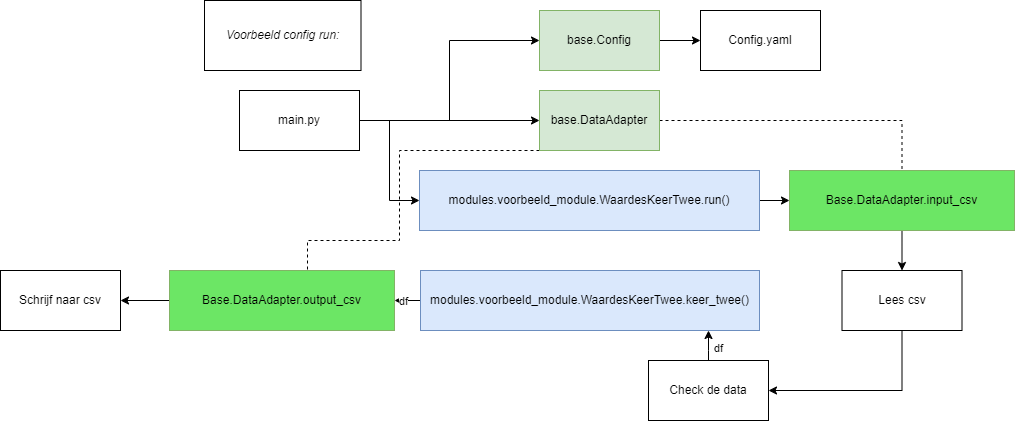
This is docs/assets/voorbeeld_config_csv.png from continu-inzicht/toolbox-continu-inzicht, a draw.io export, as it was before one commit. Source tidied: cells renumbered, new cells last; positions are measured from the earlier drawing's top-left corner, leaving out a move shared by most shapes.
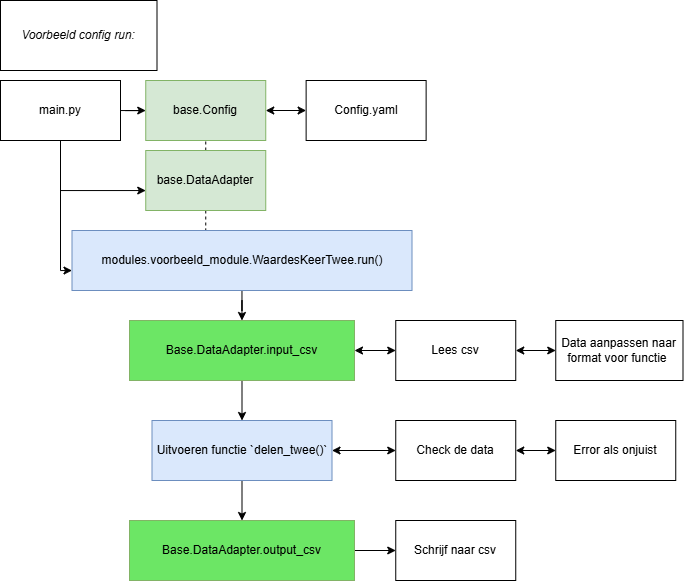
Later version of the same file.

The edit, as a diff of the source:
```diff
@@ -3,96 +3,101 @@
     <mxCell id="0" />
     <mxCell id="1" parent="0" />
     <mxCell id="2" value="&lt;i&gt;Voorbeeld config run:&lt;/i&gt;" style="rounded=0;whiteSpace=wrap;html=1;" parent="1" vertex="1">
-      <mxGeometry x="204" width="156.5" height="70" as="geometry" />
+      <mxGeometry x="2110" y="-20" width="156.5" height="70" as="geometry" />
     </mxCell>
-    <mxCell id="3" style="edgeStyle=orthogonalEdgeStyle;rounded=0;jettySize=auto;html=1;exitX=1;exitY=0.5;exitDx=0;exitDy=0;" parent="1" edge="1" source="4" target="14">
+    <mxCell id="3" style="edgeStyle=orthogonalEdgeStyle;rounded=0;jettySize=auto;html=1;exitX=1;exitY=0.5;exitDx=0;exitDy=0;startArrow=classic;startFill=1;" parent="1" edge="1" source="4" target="14">
       <mxGeometry relative="1" as="geometry" />
     </mxCell>
     <mxCell id="4" value="base.Config" style="rounded=0;whiteSpace=wrap;html=1;fillColor=#d5e8d4;strokeColor=#82b366;" parent="1" vertex="1">
-      <mxGeometry x="539" y="10" width="120" height="60" as="geometry" />
+      <mxGeometry x="2255.2" y="60" width="120" height="60" as="geometry" />
     </mxCell>
-    <mxCell id="5" style="edgeStyle=orthogonalEdgeStyle;rounded=0;jettySize=auto;html=1;exitX=1;exitY=0.5;exitDx=0;exitDy=0;entryX=0.5;entryY=0;entryDx=0;entryDy=0;dashed=1;endArrow=none;endFill=0;" parent="1" edge="1" source="7" target="16">
+    <mxCell id="5" style="edgeStyle=orthogonalEdgeStyle;rounded=0;jettySize=auto;html=1;exitX=0.5;exitY=0;exitDx=0;exitDy=0;entryX=0.5;entryY=1;entryDx=0;entryDy=0;endArrow=none;startFill=0;dashed=1;" parent="1" edge="1" source="7" target="4">
       <mxGeometry relative="1" as="geometry" />
     </mxCell>
-    <mxCell id="6" style="edgeStyle=orthogonalEdgeStyle;rounded=0;jettySize=auto;html=1;exitX=0.5;exitY=1;exitDx=0;exitDy=0;entryX=0.5;entryY=0;entryDx=0;entryDy=0;dashed=1;endArrow=none;endFill=0;" parent="1" edge="1" source="7" target="26">
+    <mxCell id="6" style="edgeStyle=orthogonalEdgeStyle;rounded=0;jettySize=auto;html=1;endArrow=none;startFill=0;dashed=1;" parent="1" edge="1" source="7" target="9">
       <mxGeometry relative="1" as="geometry">
         <Array as="points">
-          <mxPoint x="399" y="150" />
-          <mxPoint x="399" y="240" />
-          <mxPoint x="307" y="240" />
-          <mxPoint x="307" y="270" />
+          <mxPoint x="2315.2" y="220" />
+          <mxPoint x="2315.2" y="220" />
         </Array>
       </mxGeometry>
     </mxCell>
     <mxCell id="7" value="base.DataAdapter" style="rounded=0;whiteSpace=wrap;html=1;fillColor=#d5e8d4;strokeColor=#82b366;" parent="1" vertex="1">
-      <mxGeometry x="539" y="90" width="120" height="60" as="geometry" />
+      <mxGeometry x="2255.2" y="130" width="120" height="60" as="geometry" />
     </mxCell>
-    <mxCell id="8" style="edgeStyle=orthogonalEdgeStyle;rounded=0;jettySize=auto;html=1;exitX=1;exitY=0.5;exitDx=0;exitDy=0;entryX=0;entryY=0.5;entryDx=0;entryDy=0;" parent="1" edge="1" source="9" target="16">
+    <mxCell id="8" style="edgeStyle=orthogonalEdgeStyle;rounded=0;jettySize=auto;html=1;" parent="1" edge="1" source="9" target="17">
       <mxGeometry relative="1" as="geometry" />
     </mxCell>
     <mxCell id="9" value="&lt;div&gt;modules.voorbeeld_module.WaardesKeerTwee.run()&lt;/div&gt;" style="rounded=0;whiteSpace=wrap;html=1;fillColor=#dae8fc;strokeColor=#6c8ebf;" parent="1" vertex="1">
-      <mxGeometry x="419" y="170" width="340" height="60" as="geometry" />
+      <mxGeometry x="2181.5" y="210" width="340" height="60" as="geometry" />
     </mxCell>
-    <mxCell id="10" style="edgeStyle=orthogonalEdgeStyle;rounded=0;jettySize=auto;html=1;exitX=1;exitY=0.5;exitDx=0;exitDy=0;entryX=0;entryY=0.5;entryDx=0;entryDy=0;" parent="1" edge="1" source="13" target="7">
+    <mxCell id="10" style="edgeStyle=orthogonalEdgeStyle;rounded=0;jettySize=auto;html=1;" parent="1" edge="1" source="13" target="4">
       <mxGeometry relative="1" as="geometry" />
     </mxCell>
-    <mxCell id="11" style="edgeStyle=orthogonalEdgeStyle;rounded=0;jettySize=auto;html=1;exitX=1;exitY=0.5;exitDx=0;exitDy=0;entryX=0;entryY=0.5;entryDx=0;entryDy=0;" parent="1" edge="1" source="13" target="9">
-      <mxGeometry relative="1" as="geometry" />
+    <mxCell id="11" style="edgeStyle=orthogonalEdgeStyle;rounded=0;jettySize=auto;html=1;exitX=0.5;exitY=1;exitDx=0;exitDy=0;" parent="1" edge="1" source="13" target="7">
+      <mxGeometry relative="1" as="geometry">
+        <Array as="points">
+          <mxPoint x="2170.2" y="170" />
+        </Array>
+      </mxGeometry>
     </mxCell>
-    <mxCell id="12" style="edgeStyle=orthogonalEdgeStyle;rounded=0;jettySize=auto;html=1;exitX=1;exitY=0.5;exitDx=0;exitDy=0;entryX=0;entryY=0.5;entryDx=0;entryDy=0;" parent="1" edge="1" source="13" target="4">
-      <mxGeometry relative="1" as="geometry" />
+    <mxCell id="12" style="edgeStyle=orthogonalEdgeStyle;rounded=0;jettySize=auto;html=1;exitX=0.5;exitY=1;exitDx=0;exitDy=0;" parent="1" edge="1" source="13" target="9">
+      <mxGeometry relative="1" as="geometry">
+        <Array as="points">
+          <mxPoint x="2170.2" y="250" />
+        </Array>
+      </mxGeometry>
     </mxCell>
     <mxCell id="13" value="main.py" style="rounded=0;whiteSpace=wrap;html=1;" parent="1" vertex="1">
-      <mxGeometry x="239" y="90" width="120" height="60" as="geometry" />
+      <mxGeometry x="2110" y="60" width="120" height="60" as="geometry" />
     </mxCell>
     <mxCell id="14" value="Config.yaml" style="rounded=0;whiteSpace=wrap;html=1;" parent="1" vertex="1">
-      <mxGeometry x="700" y="10" width="120" height="60" as="geometry" />
+      <mxGeometry x="2415.6" y="60" width="120" height="60" as="geometry" />
     </mxCell>
-    <mxCell id="15" style="edgeStyle=orthogonalEdgeStyle;rounded=0;jettySize=auto;html=1;exitX=0.5;exitY=1;exitDx=0;exitDy=0;" parent="1" edge="1" source="16" target="20">
+    <mxCell id="15" style="edgeStyle=orthogonalEdgeStyle;rounded=0;jettySize=auto;html=1;exitX=1;exitY=0.5;exitDx=0;exitDy=0;entryX=0;entryY=0.5;entryDx=0;entryDy=0;startArrow=classic;startFill=1;" parent="1" edge="1" source="17" target="19">
       <mxGeometry relative="1" as="geometry" />
     </mxCell>
-    <mxCell id="16" value="&lt;span style=&quot;font-style: normal;&quot;&gt;Base.DataAdapter.input_csv&lt;/span&gt;" style="rounded=0;whiteSpace=wrap;html=1;fontStyle=2;fillColor=#6ce665;strokeColor=#82b366;" parent="1" vertex="1">
-      <mxGeometry x="789" y="170" width="225" height="60" as="geometry" />
+    <mxCell id="16" style="edgeStyle=orthogonalEdgeStyle;rounded=0;jettySize=auto;html=1;" parent="1" edge="1" source="17" target="27">
+      <mxGeometry relative="1" as="geometry" />
     </mxCell>
-    <mxCell id="17" style="edgeStyle=orthogonalEdgeStyle;rounded=0;jettySize=auto;html=1;" parent="1" edge="1" source="24" target="23">
-      <mxGeometry relative="1" as="geometry">
-        <Array as="points">
-          <mxPoint x="708" y="350" />
-          <mxPoint x="708" y="350" />
-        </Array>
-      </mxGeometry>
+    <mxCell id="17" value="&lt;span style=&quot;font-style: normal;&quot;&gt;Base.DataAdapter.input_csv&lt;/span&gt;" style="rounded=0;whiteSpace=wrap;html=1;fontStyle=2;fillColor=#6ce665;strokeColor=#82b366;" parent="1" vertex="1">
+      <mxGeometry x="2239" y="300" width="225" height="60" as="geometry" />
     </mxCell>
-    <mxCell id="18" value="df" style="edgeLabel;html=1;align=center;verticalAlign=middle;" parent="17" vertex="1">
-      <mxGeometry x="0.17" y="-4" relative="1" as="geometry">
-        <mxPoint x="5" y="4" as="offset" />
-      </mxGeometry>
+    <mxCell id="18" style="edgeStyle=orthogonalEdgeStyle;rounded=0;jettySize=auto;html=1;exitX=1;exitY=0.5;exitDx=0;exitDy=0;entryX=0;entryY=0.5;entryDx=0;entryDy=0;startArrow=classic;startFill=1;" parent="1" edge="1" source="19" target="28">
+      <mxGeometry relative="1" as="geometry" />
     </mxCell>
-    <mxCell id="19" style="edgeStyle=orthogonalEdgeStyle;rounded=0;jettySize=auto;html=1;exitX=0.5;exitY=1;exitDx=0;exitDy=0;entryX=1;entryY=0.5;entryDx=0;entryDy=0;" parent="1" edge="1" source="20" target="24">
-      <mxGeometry relative="1" as="geometry" />
+    <mxCell id="19" value="&lt;span style=&quot;font-style: normal;&quot;&gt;Lees csv&lt;/span&gt;" style="rounded=0;whiteSpace=wrap;html=1;fontStyle=2;" parent="1" vertex="1">
+      <mxGeometry x="2505.2" y="300" width="120" height="60" as="geometry" />
     </mxCell>
-    <mxCell id="20" value="&lt;span style=&quot;font-style: normal;&quot;&gt;Lees csv&lt;/span&gt;" style="rounded=0;whiteSpace=wrap;html=1;fontStyle=2;" parent="1" vertex="1">
-      <mxGeometry x="841.5" y="270" width="120" height="60" as="geometry" />
+    <mxCell id="20" style="edgeStyle=orthogonalEdgeStyle;rounded=0;jettySize=auto;html=1;exitX=1;exitY=0.5;exitDx=0;exitDy=0;startArrow=classic;startFill=1;" parent="1" edge="1" source="21" target="29">
+      <mxGeometry relative="1" as="geometry" />
     </mxCell>
-    <mxCell id="21" style="edgeStyle=orthogonalEdgeStyle;rounded=0;jettySize=auto;html=1;exitX=0;exitY=0.5;exitDx=0;exitDy=0;" parent="1" edge="1" source="23" target="26">
-      <mxGeometry relative="1" as="geometry" />
+    <mxCell id="21" value="&lt;span style=&quot;font-style: normal;&quot;&gt;Check de data&lt;/span&gt;" style="rounded=0;whiteSpace=wrap;html=1;fontStyle=2;" parent="1" vertex="1">
+      <mxGeometry x="2505.2" y="400" width="120" height="60" as="geometry" />
     </mxCell>
-    <mxCell id="22" value="df" style="edgeLabel;html=1;align=center;verticalAlign=middle;" parent="21" vertex="1">
-      <mxGeometry x="-0.19" relative="1" as="geometry" />
+    <mxCell id="22" style="edgeStyle=orthogonalEdgeStyle;rounded=0;jettySize=auto;html=1;exitX=1;exitY=0.5;exitDx=0;exitDy=0;" parent="1" edge="1" source="23" target="24">
+      <mxGeometry relative="1" as="geometry" />
     </mxCell>
-    <mxCell id="23" value="&lt;div&gt;modules.voorbeeld_module.WaardesKeerTwee.keer_twee()&lt;/div&gt;" style="rounded=0;whiteSpace=wrap;html=1;fillColor=#dae8fc;strokeColor=#6c8ebf;" parent="1" vertex="1">
-      <mxGeometry x="420" y="270" width="339" height="60" as="geometry" />
+    <mxCell id="23" value="&lt;span style=&quot;font-style: normal;&quot;&gt;Base.DataAdapter.output_csv&lt;/span&gt;" style="rounded=0;whiteSpace=wrap;html=1;fontStyle=2;fillColor=#6ce665;strokeColor=#82b366;" parent="1" vertex="1">
+      <mxGeometry x="2239" y="500" width="225" height="60" as="geometry" />
     </mxCell>
-    <mxCell id="24" value="&lt;span style=&quot;font-style: normal;&quot;&gt;Check de data&lt;/span&gt;" style="rounded=0;whiteSpace=wrap;html=1;fontStyle=2;" parent="1" vertex="1">
-      <mxGeometry x="648" y="360" width="120" height="60" as="geometry" />
+    <mxCell id="24" value="&lt;span style=&quot;font-style: normal;&quot;&gt;Schrijf naar csv&lt;/span&gt;" style="rounded=0;whiteSpace=wrap;html=1;fontStyle=2;" parent="1" vertex="1">
+      <mxGeometry x="2505.2" y="500" width="120" height="60" as="geometry" />
     </mxCell>
-    <mxCell id="25" style="edgeStyle=orthogonalEdgeStyle;rounded=0;jettySize=auto;html=1;exitX=0;exitY=0.5;exitDx=0;exitDy=0;" parent="1" edge="1" source="26" target="27">
+    <mxCell id="25" style="edgeStyle=orthogonalEdgeStyle;rounded=0;jettySize=auto;html=1;exitX=1;exitY=0.5;exitDx=0;exitDy=0;startArrow=classic;startFill=1;" parent="1" edge="1" source="27" target="21">
       <mxGeometry relative="1" as="geometry" />
     </mxCell>
-    <mxCell id="26" value="&lt;span style=&quot;font-style: normal;&quot;&gt;Base.DataAdapter.output_csv&lt;/span&gt;" style="rounded=0;whiteSpace=wrap;html=1;fontStyle=2;fillColor=#6ce665;strokeColor=#82b366;" parent="1" vertex="1">
-      <mxGeometry x="169" y="270" width="225" height="60" as="geometry" />
+    <mxCell id="26" style="edgeStyle=orthogonalEdgeStyle;rounded=0;jettySize=auto;html=1;" parent="1" edge="1" source="27" target="23">
+      <mxGeometry relative="1" as="geometry" />
     </mxCell>
-    <mxCell id="27" value="&lt;span style=&quot;font-style: normal;&quot;&gt;Schrijf naar csv&lt;/span&gt;" style="rounded=0;whiteSpace=wrap;html=1;fontStyle=2;" parent="1" vertex="1">
-      <mxGeometry y="270" width="120" height="60" as="geometry" />
+    <mxCell id="27" value="Uitvoeren functie `delen_twee()`" style="rounded=0;whiteSpace=wrap;html=1;fillColor=#dae8fc;strokeColor=#6c8ebf;" parent="1" vertex="1">
+      <mxGeometry x="2261.5" y="400" width="180" height="60" as="geometry" />
     </mxCell>
+    <mxCell id="28" value="&lt;span style=&quot;font-style: normal;&quot;&gt;Data aanpassen naar format voor functie&amp;nbsp;&lt;/span&gt;" style="rounded=0;whiteSpace=wrap;html=1;fontStyle=2;" parent="1" vertex="1">
+      <mxGeometry x="2665.2" y="300" width="127.2" height="60" as="geometry" />
+    </mxCell>
+    <mxCell id="29" value="&lt;span style=&quot;font-style: normal;&quot;&gt;Error als onjuist&lt;/span&gt;" style="rounded=0;whiteSpace=wrap;html=1;fontStyle=2;" parent="1" vertex="1">
+      <mxGeometry x="2665.2" y="400" width="120" height="60" as="geometry" />
+    </mxCell>
   </root>
 </mxGraphModel>
```
